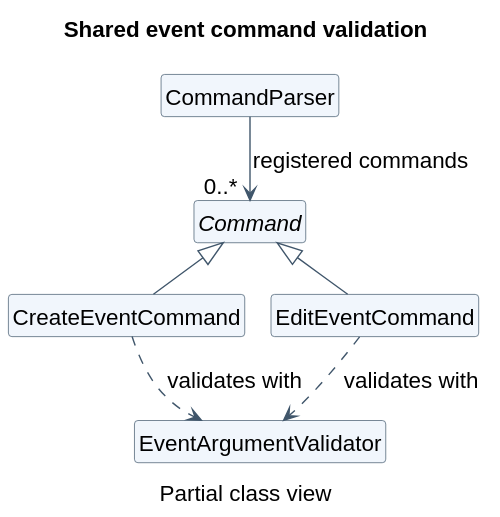
Above: docs/diagrams/common/EventValidationClass.svg in 77chenchen/tp (PlantUML), before the change.
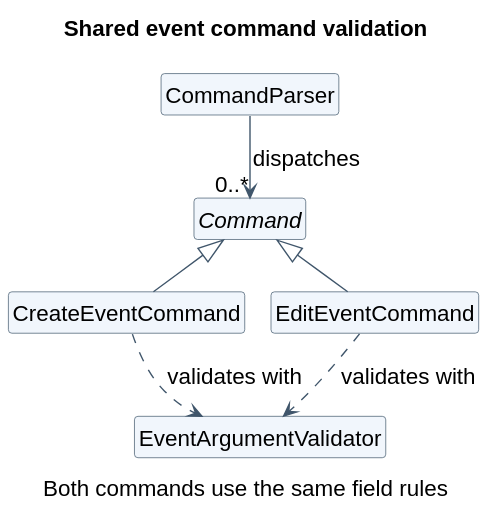
After the change.

What changed in the source:
```diff
@@ -2,7 +2,7 @@
 !include ../shared/UmlStyle.iuml
 !pragma layout smetana
 title Shared event command validation
-caption Partial class view
+caption Both commands use the same field rules
 skinparam shadowing false
 skinparam classBackgroundColor #F1F6FC
 skinparam classBorderColor #40566B
@@ -17,9 +17,9 @@
 class EditEventCommand
 class EventArgumentValidator
 
-CommandParser --> "0..*  " Command : registered commands
+CommandParser --> "0..*" Command : dispatches >
 Command <|-- CreateEventCommand
 Command <|-- EditEventCommand
-CreateEventCommand ..> EventArgumentValidator : validates with
-EditEventCommand ..> EventArgumentValidator : validates with
+CreateEventCommand ..> EventArgumentValidator : validates with >
+EditEventCommand ..> EventArgumentValidator : validates with >
 @enduml
```
